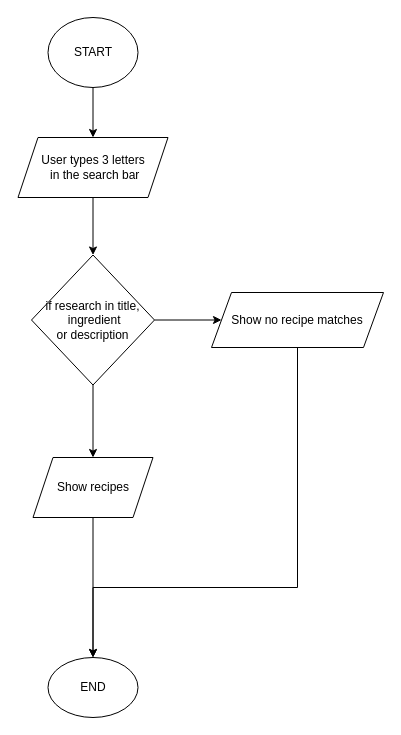
This is page "Algo 1" (1 of 3) of Algorithme Les petits plats.drawio from Cecilia-Giusti/P7_LesPetitsPlats, a draw.io file, before an edit. Source tidied: cells renumbered, new cells numbered last; positions are measured from the earlier drawing's top-left corner, leaving out a move shared by most shapes. Both pictures are drawn from the tidied source at 100%, with x=0, y=0 at pixel (17, 17).
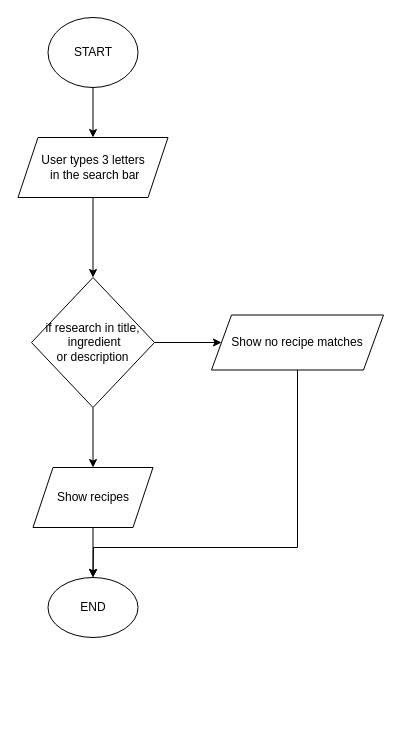
The same page after the edit.

The edit, as a diff of the source:
```diff
@@
 <mxGraphModel>
   <root>
     <mxCell id="0" />
     <mxCell id="1" parent="0" />
     <mxCell id="2" style="edgeStyle=orthogonalEdgeStyle;rounded=0;jettySize=auto;html=1;exitX=0.5;exitY=1;exitDx=0;exitDy=0;entryX=0.5;entryY=0;entryDx=0;entryDy=0;" parent="1" edge="1" source="3" target="6">
       <mxGeometry relative="1" as="geometry" />
     </mxCell>
     <mxCell id="3" value="START" style="ellipse;whiteSpace=wrap;html=1;" parent="1" vertex="1">
       <mxGeometry x="30.5" width="90" height="70" as="geometry" />
     </mxCell>
     <mxCell id="4" value="END" style="ellipse;whiteSpace=wrap;html=1;" parent="1" vertex="1">
-      <mxGeometry x="30.5" y="640" width="90" height="60" as="geometry" />
+      <mxGeometry x="30.5" y="560" width="90" height="60" as="geometry" />
     </mxCell>
-    <mxCell id="5" style="edgeStyle=orthogonalEdgeStyle;rounded=0;jettySize=auto;html=1;entryX=0.5;entryY=0;entryDx=0;entryDy=0;" parent="1" edge="1" source="6" target="9">
+    <mxCell id="5" style="edgeStyle=orthogonalEdgeStyle;rounded=0;jettySize=auto;html=1;entryX=0.5;entryY=0;entryDx=0;entryDy=0;fontFamily=Helvetica;fontSize=12;" parent="1" edge="1" source="6" target="9">
       <mxGeometry relative="1" as="geometry" />
     </mxCell>
     <mxCell id="6" value="User types 3 letters&lt;br&gt;&amp;nbsp;in the search bar" style="shape=parallelogram;perimeter=parallelogramPerimeter;whiteSpace=wrap;html=1;fixedSize=1;" parent="1" vertex="1">
       <mxGeometry x="0.5" y="120" width="150" height="60" as="geometry" />
     </mxCell>
     <mxCell id="7" style="edgeStyle=orthogonalEdgeStyle;rounded=0;jettySize=auto;html=1;exitX=0.5;exitY=1;exitDx=0;exitDy=0;" parent="1" edge="1" source="9" target="11">
       <mxGeometry relative="1" as="geometry" />
     </mxCell>
-    <mxCell id="8" style="edgeStyle=orthogonalEdgeStyle;rounded=0;jettySize=auto;html=1;" parent="1" edge="1" source="9" target="13">
+    <mxCell id="8" style="edgeStyle=orthogonalEdgeStyle;rounded=0;jettySize=auto;html=1;fontFamily=Helvetica;fontSize=12;" parent="1" edge="1" source="9" target="13">
       <mxGeometry relative="1" as="geometry" />
     </mxCell>
     <mxCell id="9" value="if research in title,&lt;br&gt;&amp;nbsp;ingredient &lt;br&gt;or description" style="rhombus;whiteSpace=wrap;html=1;" parent="1" vertex="1">
-      <mxGeometry x="14" y="237.5" width="123" height="130" as="geometry" />
+      <mxGeometry x="14" y="260" width="123" height="130" as="geometry" />
     </mxCell>
+    <mxCell id="12" style="edgeStyle=orthogonalEdgeStyle;rounded=0;jettySize=auto;html=1;fontFamily=Helvetica;fontSize=12;exitX=0.5;exitY=1;exitDx=0;exitDy=0;" parent="1" edge="1" source="13" target="4">
+      <mxGeometry relative="1" as="geometry">
+        <Array as="points">
+          <mxPoint x="280" y="530" />
+          <mxPoint x="76" y="530" />
+        </Array>
+      </mxGeometry>
+    </mxCell>
+    <mxCell id="13" value="Show&amp;nbsp;no recipe matches" style="shape=parallelogram;perimeter=parallelogramPerimeter;whiteSpace=wrap;html=1;fixedSize=1;" parent="1" vertex="1">
+      <mxGeometry x="194" y="297.5" width="172" height="55" as="geometry" />
+    </mxCell>
-    <mxCell id="10" style="edgeStyle=orthogonalEdgeStyle;rounded=0;jettySize=auto;html=1;" parent="1" edge="1" source="11" target="4">
+    <mxCell id="10" style="edgeStyle=orthogonalEdgeStyle;rounded=0;jettySize=auto;html=1;entryX=0.5;entryY=0;entryDx=0;entryDy=0;fontFamily=Helvetica;fontSize=12;" parent="1" edge="1" source="11" target="4">
       <mxGeometry relative="1" as="geometry" />
     </mxCell>
     <mxCell id="11" value="Show recipes" style="shape=parallelogram;perimeter=parallelogramPerimeter;whiteSpace=wrap;html=1;fixedSize=1;" parent="1" vertex="1">
-      <mxGeometry x="15.5" y="440" width="120" height="60" as="geometry" />
+      <mxGeometry x="15.5" y="450" width="120" height="60" as="geometry" />
     </mxCell>
-    <mxCell id="12" style="edgeStyle=orthogonalEdgeStyle;rounded=0;jettySize=auto;html=1;exitX=0.5;exitY=1;exitDx=0;exitDy=0;entryX=0.5;entryY=0;entryDx=0;entryDy=0;" parent="1" edge="1" source="13" target="4">
-      <mxGeometry relative="1" as="geometry">
-        <Array as="points">
-          <mxPoint x="280" y="570" />
-          <mxPoint x="76" y="570" />
-        </Array>
-      </mxGeometry>
-    </mxCell>
-    <mxCell id="13" value="Show&amp;nbsp;no recipe matches" style="shape=parallelogram;perimeter=parallelogramPerimeter;whiteSpace=wrap;html=1;fixedSize=1;" parent="1" vertex="1">
-      <mxGeometry x="194" y="275" width="172" height="55" as="geometry" />
-    </mxCell>
+    <mxCell id="14" style="edgeStyle=orthogonalEdgeStyle;rounded=0;orthogonalLoop=1;jettySize=auto;html=1;exitX=0.5;exitY=1;exitDx=0;exitDy=0;fontFamily=Helvetica;fontSize=12;" parent="1" edge="1" source="9" target="9">
+      <mxGeometry relative="1" as="geometry" />
+    </mxCell>
   </root>
 </mxGraphModel>
```
